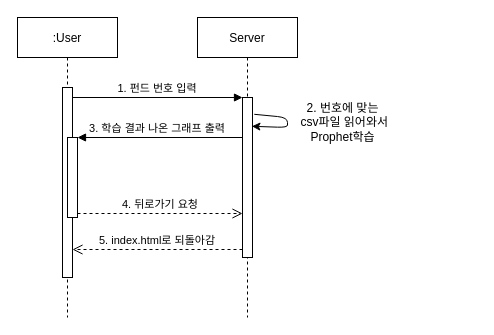
The draw.io diagram Web/Untitled Diagram.drawio in baeminjung/Capstone_project1, before the edit. Source tidied: cells renumbered, new cells numbered last; positions are measured from the earlier drawing's top-left corner, leaving out a move shared by most shapes. Both pictures are drawn from the tidied source at 100%, with x=0, y=0 at pixel (17, 17).
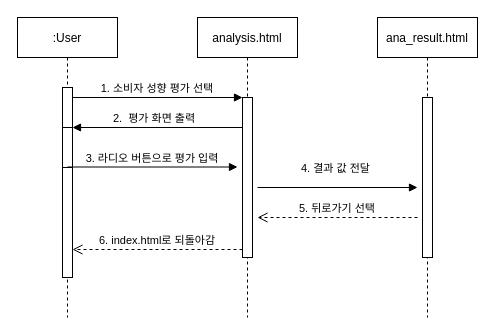
Above is the later version.

The edit, as a diff of the source:
```diff
@@
 <mxGraphModel>
   <root>
     <mxCell id="0" />
     <mxCell id="1" parent="0" />
     <mxCell id="2" value=":User" style="shape=umlLifeline;perimeter=lifelinePerimeter;rounded=0;shadow=0;strokeWidth=1;" parent="1" vertex="1">
       <mxGeometry width="100" height="300" as="geometry" />
     </mxCell>
     <mxCell id="3" style="points=[];perimeter=orthogonalPerimeter;rounded=0;shadow=0;strokeWidth=1;" parent="2" vertex="1">
       <mxGeometry x="45" y="70" width="10" height="190" as="geometry" />
     </mxCell>
     <mxCell id="4" style="points=[];perimeter=orthogonalPerimeter;rounded=0;shadow=0;strokeWidth=1;" parent="2" vertex="1">
-      <mxGeometry x="50" y="120" width="10" height="80" as="geometry" />
+      <mxGeometry x="45" y="110" width="10" height="40" as="geometry" />
     </mxCell>
-    <mxCell id="5" value="Server" style="shape=umlLifeline;perimeter=lifelinePerimeter;rounded=0;shadow=0;strokeWidth=1;" parent="1" vertex="1">
+    <mxCell id="5" value="analysis.html" style="shape=umlLifeline;perimeter=lifelinePerimeter;rounded=0;shadow=0;strokeWidth=1;" parent="1" vertex="1">
       <mxGeometry x="180" width="100" height="300" as="geometry" />
     </mxCell>
     <mxCell id="6" style="points=[];perimeter=orthogonalPerimeter;rounded=0;shadow=0;strokeWidth=1;" parent="5" vertex="1">
       <mxGeometry x="45" y="80" width="10" height="160" as="geometry" />
     </mxCell>
-    <mxCell id="7" style="endArrow=classic;html=1;entryX=0.94;entryY=0.18;entryDx=0;entryDy=0;entryPerimeter=0;exitX=1.18;exitY=0.105;exitDx=0;exitDy=0;exitPerimeter=0;" parent="5" edge="1" source="6" target="6">
-      <mxGeometry relative="1" as="geometry">
-        <Array as="points">
-          <mxPoint x="90" y="100" />
-          <mxPoint x="90" y="110" />
-        </Array>
-      </mxGeometry>
-    </mxCell>
-    <mxCell id="8" value="5. index.html로 되돌아감" style="verticalAlign=bottom;endArrow=open;dashed=1;endSize=8;exitX=0;exitY=0.95;shadow=0;strokeWidth=1;" parent="1" edge="1" source="6" target="3">
+    <mxCell id="8" value="6. index.html로 되돌아감" style="verticalAlign=bottom;endArrow=open;dashed=1;endSize=8;exitX=0;exitY=0.95;shadow=0;strokeWidth=1;" parent="1" edge="1" source="6" target="3">
       <mxGeometry relative="1" as="geometry" />
     </mxCell>
-    <mxCell id="9" value="1. 펀드 번호 입력" style="verticalAlign=bottom;endArrow=block;entryX=0;entryY=0;shadow=0;strokeWidth=1;" parent="1" edge="1" source="3" target="6">
+    <mxCell id="9" value="1. 소비자 성향 평가 선택" style="verticalAlign=bottom;endArrow=block;entryX=0;entryY=0;shadow=0;strokeWidth=1;" parent="1" edge="1" source="3" target="6">
       <mxGeometry relative="1" as="geometry" />
     </mxCell>
-    <mxCell id="10" value="3. 학습 결과 나온 그래프 출력" style="verticalAlign=bottom;endArrow=block;entryX=1;entryY=0;shadow=0;strokeWidth=1;" parent="1" edge="1" source="6" target="4">
+    <mxCell id="10" value="2.  평가 화면 출력" style="verticalAlign=bottom;endArrow=block;entryX=1;entryY=0;shadow=0;strokeWidth=1;" parent="1" edge="1" source="6" target="4">
       <mxGeometry x="0.03" relative="1" as="geometry" />
     </mxCell>
-    <mxCell id="11" value="4. 뒤로가기 요청" style="verticalAlign=bottom;endArrow=open;dashed=1;endSize=8;exitX=1;exitY=0.95;shadow=0;strokeWidth=1;" parent="1" edge="1" source="4" target="6">
-      <mxGeometry relative="1" as="geometry" />
-    </mxCell>
-    <mxCell id="12" value="2. 번호에 맞는&lt;br&gt;&amp;nbsp;csv파일 읽어와서 &lt;br&gt;Prophet학습" style="text;html=1;align=center;verticalAlign=middle;strokeColor=none;" parent="1" vertex="1">
-      <mxGeometry x="270" y="80" width="110" height="50" as="geometry" />
-    </mxCell>
+    <mxCell id="13" value="ana_result.html" style="shape=umlLifeline;perimeter=lifelinePerimeter;rounded=0;shadow=0;strokeWidth=1;" parent="1" vertex="1">
+      <mxGeometry x="360" width="100" height="300" as="geometry" />
+    </mxCell>
+    <mxCell id="14" style="perimeter=orthogonalPerimeter;rounded=0;shadow=0;strokeWidth=1;" parent="13" vertex="1">
+      <mxGeometry x="45" y="80" width="10" height="160" as="geometry" />
+    </mxCell>
+    <mxCell id="15" value="3. 라디오 버튼으로 평가 입력" style="verticalAlign=bottom;endArrow=block;entryX=0;entryY=0;shadow=0;strokeWidth=1;" parent="1" edge="1">
+      <mxGeometry relative="1" as="geometry">
+        <mxPoint x="50" y="149.5" as="sourcePoint" />
+        <mxPoint x="220" y="149.5" as="targetPoint" />
+      </mxGeometry>
+    </mxCell>
+    <mxCell id="16" value="4. 결과 값 전달 " style="verticalAlign=bottom;endArrow=block;shadow=0;strokeWidth=1;" parent="1" edge="1">
+      <mxGeometry y="10" relative="1" as="geometry">
+        <mxPoint x="240" y="170" as="sourcePoint" />
+        <mxPoint x="400" y="170" as="targetPoint" />
+      </mxGeometry>
+    </mxCell>
+    <mxCell id="17" value="5. 뒤로가기 선택" style="verticalAlign=bottom;endArrow=open;dashed=1;endSize=8;shadow=0;strokeWidth=1;" parent="1" edge="1">
+      <mxGeometry relative="1" as="geometry">
+        <mxPoint x="400" y="200" as="sourcePoint" />
+        <mxPoint x="240" y="200" as="targetPoint" />
+      </mxGeometry>
+    </mxCell>
   </root>
 </mxGraphModel>
```
